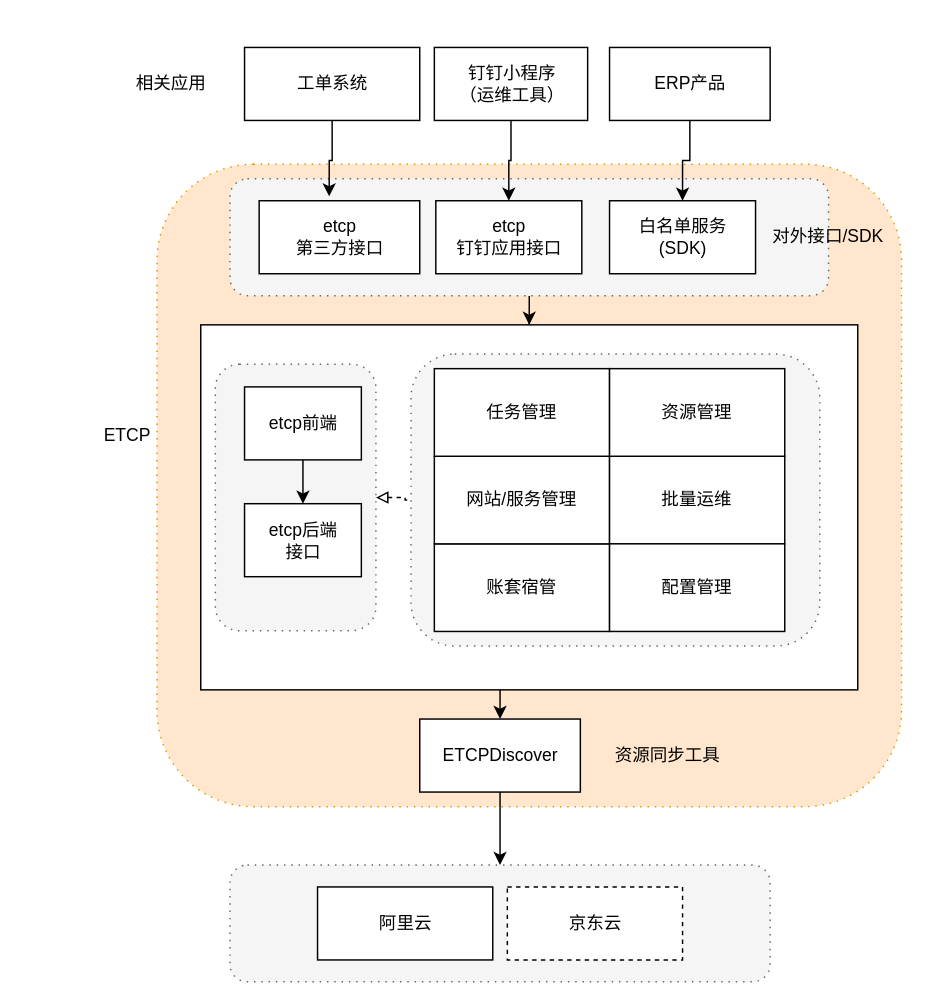
The draw.io diagram devops.drawio in mashifei/uml, before the edit. Source tidied: cells renumbered, new cells numbered last; positions are measured from the earlier drawing's top-left corner, leaving out a move shared by most shapes. Both pictures are drawn from the tidied source at 146%, with x=0, y=0 at pixel (54, 47).
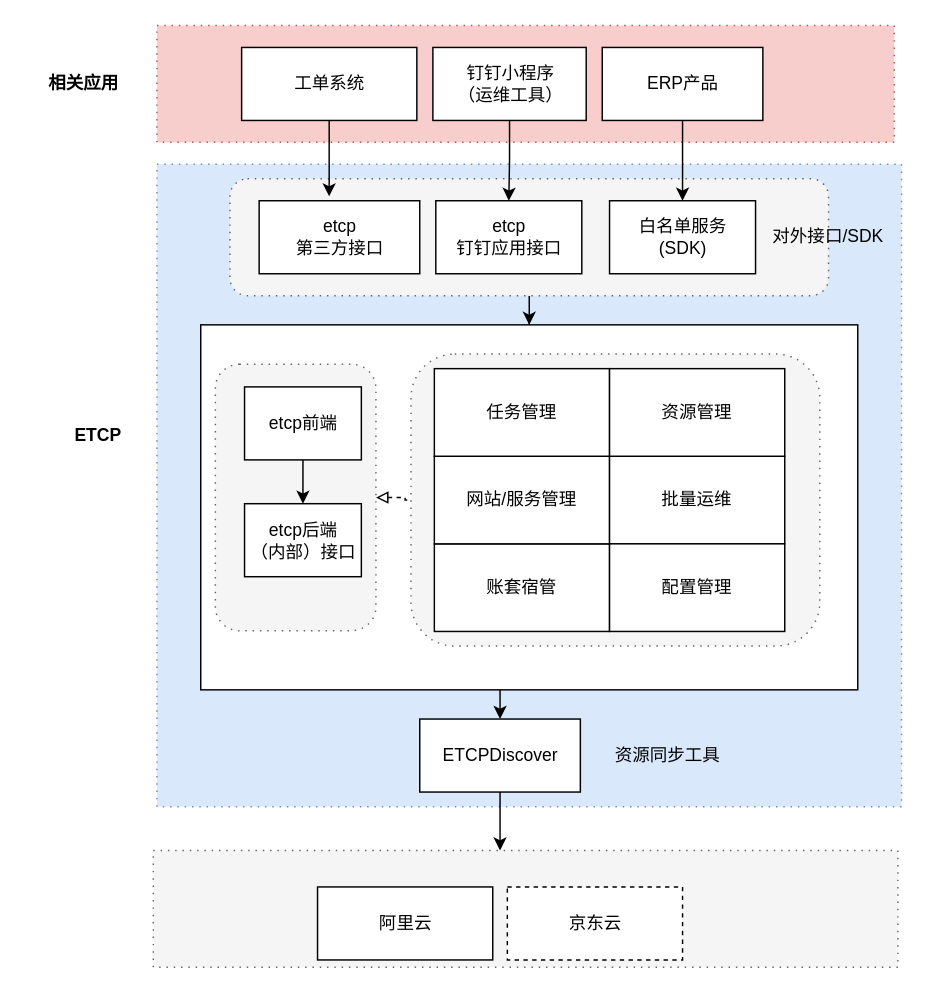
Above is the later version.

Unchanged cells that the change refers to:
```xml
<mxCell id="10" value="ETCPDiscover" style="html=1;" parent="1" vertex="1">
  <mxGeometry x="250" y="460" width="110" height="50" as="geometry" />
</mxCell>
```

Diff of the diagram source:
```diff
@@
+    <mxCell id="37" style="shape=ext;rounded=0;html=1;whiteSpace=wrap;dashed=1;dashPattern=1 4;fillColor=#f8cecc;strokeColor=#b85450;shadow=0;glass=0;comic=0;" parent="1" vertex="1">
+      <mxGeometry x="70" y="-15" width="505" height="80" as="geometry" />
+    </mxCell>
-    <mxCell id="2" style="shape=ext;rounded=1;html=1;whiteSpace=wrap;dashed=1;dashPattern=1 4;fillColor=#ffe6cc;strokeColor=#d79b00;" parent="1" vertex="1">
+    <mxCell id="2" style="shape=ext;rounded=0;html=1;whiteSpace=wrap;dashed=1;dashPattern=1 4;fillColor=#dae8fc;strokeColor=#6c8ebf;comic=0;shadow=0;" parent="1" vertex="1">
       <mxGeometry x="70" y="80" width="510" height="440" as="geometry" />
     </mxCell>
@@
-    <mxCell id="7" style="shape=ext;rounded=1;html=1;whiteSpace=wrap;dashed=1;dashPattern=1 4;fillColor=#f5f5f5;strokeColor=#666666;fontColor=#333333;" parent="1" vertex="1">
-      <mxGeometry x="120" y="560" width="370" height="80" as="geometry" />
+    <mxCell id="7" style="shape=ext;rounded=0;html=1;whiteSpace=wrap;dashed=1;dashPattern=1 4;fillColor=#f5f5f5;strokeColor=#666666;shadow=0;glass=0;comic=0;fontColor=#333333;" parent="1" vertex="1">
+      <mxGeometry x="67.5" y="550" width="510" height="80" as="geometry" />
     </mxCell>
-    <mxCell id="8" style="edgeStyle=orthogonalEdgeStyle;rounded=0;jettySize=auto;html=1;entryX=0.5;entryY=0;entryDx=0;entryDy=0;" parent="1" edge="1" source="10" target="7">
-      <mxGeometry relative="1" as="geometry" />
+    <mxCell id="8" style="edgeStyle=orthogonalEdgeStyle;rounded=0;jettySize=auto;html=1;" parent="1" edge="1" source="10">
+      <mxGeometry relative="1" as="geometry">
+        <mxPoint x="305" y="550" as="targetPoint" />
+      </mxGeometry>
     </mxCell>
@@
     <mxCell id="12" value="工单系统" style="html=1;" parent="1" vertex="1">
-      <mxGeometry x="130" width="120" height="50" as="geometry" />
+      <mxGeometry x="128" width="120" height="50" as="geometry" />
     </mxCell>
     <mxCell id="13" value="钉钉小程序&lt;br&gt;（运维工具）" style="html=1;" parent="1" vertex="1">
-      <mxGeometry x="260" width="105" height="50" as="geometry" />
+      <mxGeometry x="259" width="105" height="50" as="geometry" />
     </mxCell>
@@
-    <mxCell id="16" value="相关应用" style="text;html=1;strokeColor=none;fillColor=none;align=center;verticalAlign=middle;whiteSpace=wrap;rounded=0;" parent="1" vertex="1">
-      <mxGeometry x="30" y="15" width="100" height="20" as="geometry" />
+    <mxCell id="16" value="相关应用" style="text;html=1;strokeColor=none;fillColor=none;align=center;verticalAlign=middle;whiteSpace=wrap;rounded=0;fontStyle=1;" parent="1" vertex="1">
+      <mxGeometry x="-20" y="15" width="80" height="20" as="geometry" />
     </mxCell>
@@
     <mxCell id="22" value="ERP产品" style="html=1;" parent="1" vertex="1">
-      <mxGeometry x="380" width="110" height="50" as="geometry" />
+      <mxGeometry x="375" width="110" height="50" as="geometry" />
     </mxCell>
@@
-    <mxCell id="24" value="etcp后端&lt;br&gt;接口" style="html=1;" parent="1" vertex="1">
+    <mxCell id="24" value="etcp后端&lt;br&gt;（内部）接口" style="html=1;" parent="1" vertex="1">
       <mxGeometry x="130" y="312.5" width="80" height="50" as="geometry" />
     </mxCell>
@@
-    <mxCell id="35" value="&lt;br&gt;ETCP" style="text;html=1;strokeColor=none;fillColor=none;align=center;verticalAlign=middle;whiteSpace=wrap;rounded=0;" parent="1" vertex="1">
-      <mxGeometry y="247.5" width="100" height="20" as="geometry" />
+    <mxCell id="35" value="&lt;br&gt;ETCP" style="text;html=1;strokeColor=none;fillColor=none;align=center;verticalAlign=middle;whiteSpace=wrap;rounded=0;fontStyle=1;" parent="1" vertex="1">
+      <mxGeometry x="-20" y="247.5" width="100" height="20" as="geometry" />
     </mxCell>
```
